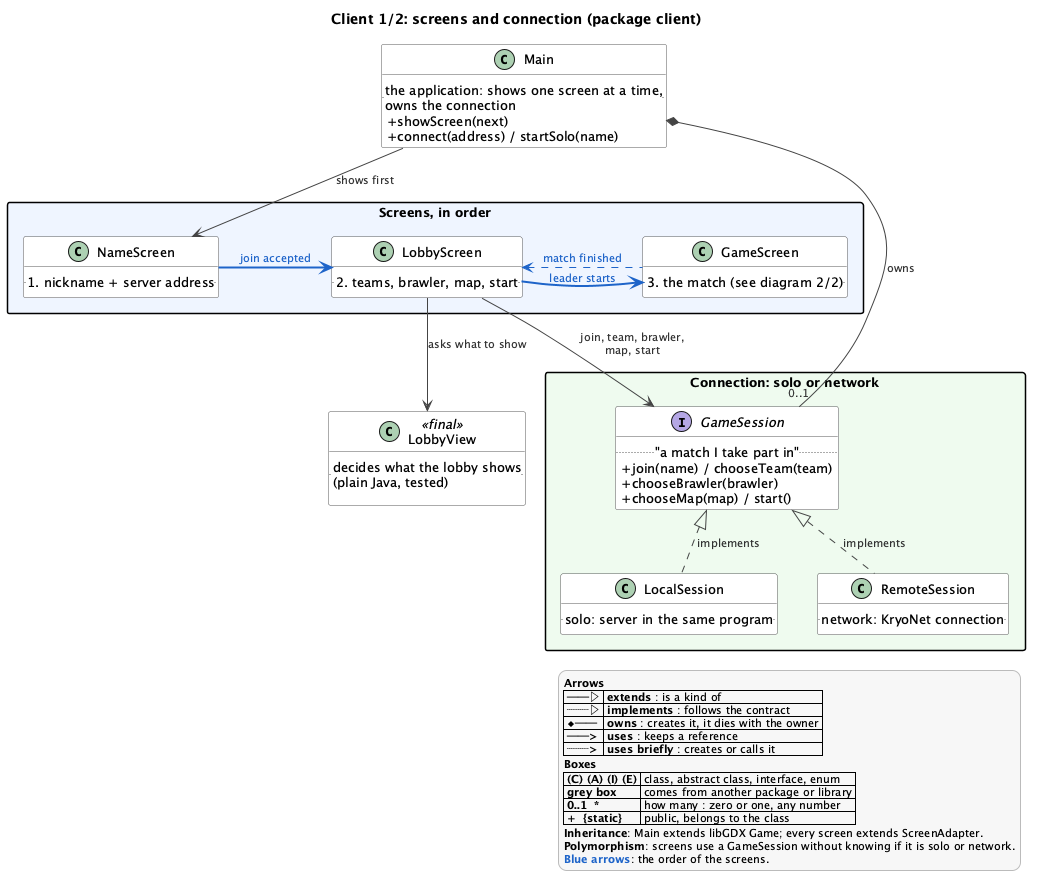
Above: docs/uml/client-screens.png in louispouillet/2dgame (PlantUML), before the change.
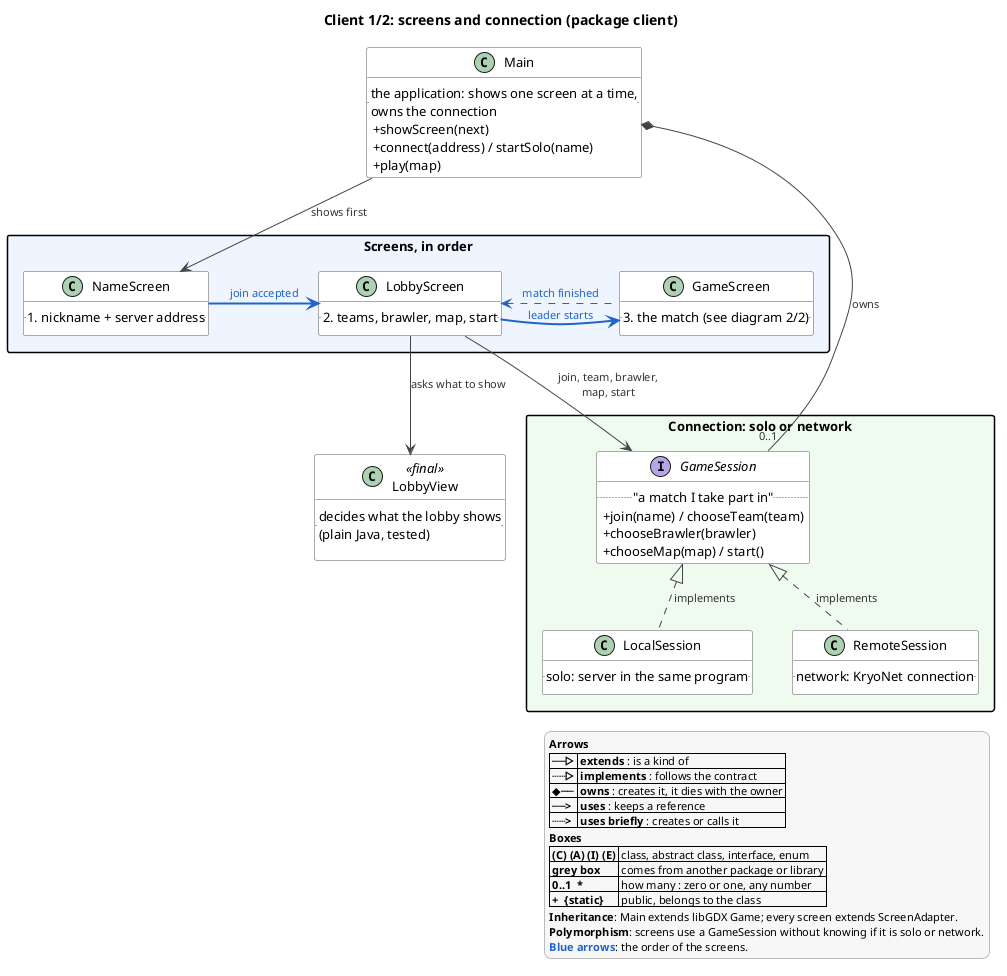
Above is the later version.

What changed in the source:
```diff
@@ -6,6 +6,7 @@
     .. the application: shows one screen at a time,\nowns the connection ..
     + showScreen(next)
     + connect(address) / startSolo(name)
+    + play(map)
 }
 
 package "Screens, in order" #EEF4FF {
```
